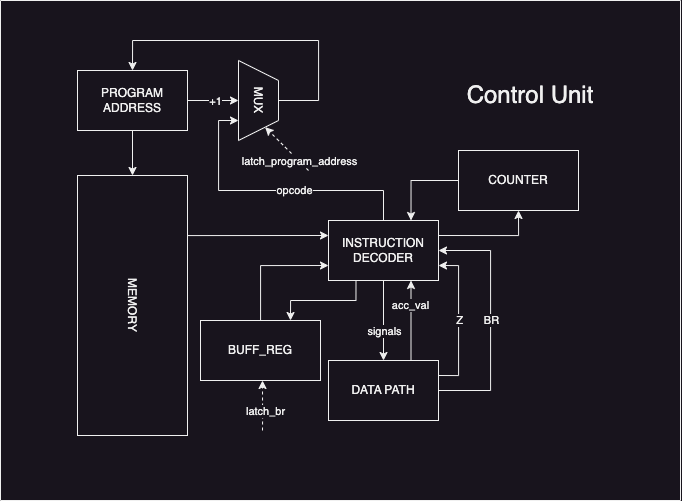
Above: report/ac_cu.png in dudosyka/supreme-waffle (draw.io), before the change. Source tidied: cells renumbered, new cells last; positions are measured from the earlier drawing's top-left corner, leaving out a move shared by most shapes.
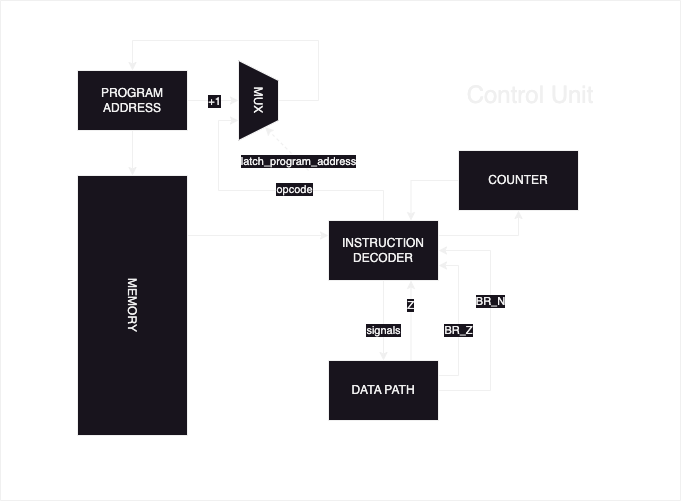
Above is the later version.

What changed in the source:
```diff
@@ -2,7 +2,7 @@
   <root>
     <mxCell id="0" />
     <mxCell id="1" parent="0" />
-    <mxCell id="2" style="edgeStyle=orthogonalEdgeStyle;rounded=0;jettySize=auto;html=1;exitX=0.25;exitY=0;exitDx=0;exitDy=0;entryX=0;entryY=0.25;entryDx=0;entryDy=0;" parent="1" edge="1" source="3" target="16">
+    <mxCell id="2" style="edgeStyle=orthogonalEdgeStyle;rounded=0;jettySize=auto;html=1;exitX=0.25;exitY=0;exitDx=0;exitDy=0;entryX=0;entryY=0.25;entryDx=0;entryDy=0;" parent="1" edge="1" source="3" target="15">
       <mxGeometry relative="1" as="geometry">
         <Array as="points">
           <mxPoint x="187" y="235" />
@@ -38,7 +38,7 @@
     <mxCell id="9" value="MUX" style="shape=trapezoid;perimeter=trapezoidPerimeter;whiteSpace=wrap;html=1;fixedSize=1;rotation=90;" parent="1" vertex="1">
       <mxGeometry x="218" y="80" width="80" height="40" as="geometry" />
     </mxCell>
-    <mxCell id="10" style="edgeStyle=orthogonalEdgeStyle;rounded=0;jettySize=auto;html=1;entryX=0.75;entryY=1;entryDx=0;entryDy=0;" parent="1" edge="1" source="16" target="9">
+    <mxCell id="10" style="edgeStyle=orthogonalEdgeStyle;rounded=0;jettySize=auto;html=1;entryX=0.75;entryY=1;entryDx=0;entryDy=0;" parent="1" edge="1" source="15" target="9">
       <mxGeometry relative="1" as="geometry">
         <Array as="points">
           <mxPoint x="383" y="190" />
@@ -50,7 +50,7 @@
     <mxCell id="11" value="opcode" style="edgeLabel;html=1;align=center;verticalAlign=middle;" parent="10" vertex="1">
       <mxGeometry x="-0.16" y="-1" relative="1" as="geometry" />
     </mxCell>
-    <mxCell id="12" style="edgeStyle=orthogonalEdgeStyle;rounded=0;jettySize=auto;html=1;entryX=0.5;entryY=0;entryDx=0;entryDy=0;" parent="1" edge="1" source="16" target="28">
+    <mxCell id="12" style="edgeStyle=orthogonalEdgeStyle;rounded=0;jettySize=auto;html=1;entryX=0.5;entryY=0;entryDx=0;entryDy=0;" parent="1" edge="1" source="15" target="24">
       <mxGeometry relative="1" as="geometry" />
     </mxCell>
     <mxCell id="13" value="signals" style="edgeLabel;html=1;align=center;verticalAlign=middle;" parent="12" vertex="1">
@@ -58,93 +58,65 @@
         <mxPoint x="-1" y="10" as="offset" />
       </mxGeometry>
     </mxCell>
-    <mxCell id="14" style="edgeStyle=orthogonalEdgeStyle;rounded=0;jettySize=auto;html=1;exitX=1;exitY=0.25;exitDx=0;exitDy=0;entryX=0.5;entryY=1;entryDx=0;entryDy=0;" parent="1" edge="1" source="16" target="22">
+    <mxCell id="14" style="edgeStyle=orthogonalEdgeStyle;rounded=0;jettySize=auto;html=1;exitX=1;exitY=0.25;exitDx=0;exitDy=0;entryX=0.5;entryY=1;entryDx=0;entryDy=0;" parent="1" edge="1" source="15" target="21">
       <mxGeometry relative="1" as="geometry" />
     </mxCell>
-    <mxCell id="15" style="edgeStyle=orthogonalEdgeStyle;rounded=0;jettySize=auto;html=1;exitX=0.25;exitY=1;exitDx=0;exitDy=0;entryX=0.75;entryY=0;entryDx=0;entryDy=0;" parent="1" edge="1" source="16" target="25">
-      <mxGeometry relative="1" as="geometry" />
+    <mxCell id="15" value="INSTRUCTION&lt;br&gt;DECODER" style="rounded=0;whiteSpace=wrap;html=1;" parent="1" vertex="1">
+      <mxGeometry x="328" y="220" width="110" height="60" as="geometry" />
     </mxCell>
-    <mxCell id="16" value="INSTRUCTION&lt;br&gt;DECODER" style="rounded=0;whiteSpace=wrap;html=1;" parent="1" vertex="1">
-      <mxGeometry x="328" y="220" width="110" height="60" as="geometry" />
+    <mxCell id="16" style="endArrow=classic;dashed=1;html=1;rounded=0;entryX=1;entryY=0.25;entryDx=0;entryDy=0;endFill=1;" parent="1" edge="1" target="9">
+      <mxGeometry relative="1" as="geometry">
+        <mxPoint x="308" y="170" as="sourcePoint" />
+      </mxGeometry>
     </mxCell>
-    <mxCell id="17" style="endArrow=classic;dashed=1;html=1;rounded=0;entryX=1;entryY=0.25;entryDx=0;entryDy=0;endFill=1;" parent="1" edge="1" target="9">
-      <mxGeometry relative="1" as="geometry">
-        <mxPoint x="308" y="170" as="sourcePoint" />
+    <mxCell id="17" value="latch_program_address" style="edgeLabel;html=1;align=center;verticalAlign=middle;" parent="16" vertex="1">
+      <mxGeometry x="-0.2" y="1" relative="1" as="geometry">
+        <mxPoint x="8" y="7" as="offset" />
       </mxGeometry>
     </mxCell>
-    <mxCell id="18" value="latch_program_address" style="edgeLabel;html=1;align=center;verticalAlign=middle;" parent="17" vertex="1">
-      <mxGeometry x="-0.2" y="1" relative="1" as="geometry">
-        <mxPoint x="8" y="7" as="offset" />
-      </mxGeometry>
+    <mxCell id="18" style="edgeStyle=orthogonalEdgeStyle;rounded=0;jettySize=auto;html=1;exitX=0.75;exitY=0;exitDx=0;exitDy=0;entryX=0.75;entryY=1;entryDx=0;entryDy=0;" parent="1" edge="1" source="24" target="15">
+      <mxGeometry relative="1" as="geometry" />
     </mxCell>
-    <mxCell id="19" style="edgeStyle=orthogonalEdgeStyle;rounded=0;jettySize=auto;html=1;exitX=0.75;exitY=0;exitDx=0;exitDy=0;entryX=0.75;entryY=1;entryDx=0;entryDy=0;" parent="1" edge="1" source="28" target="16">
-      <mxGeometry relative="1" as="geometry" />
+    <mxCell id="19" value="Z" style="edgeLabel;html=1;align=center;verticalAlign=middle;" parent="18" vertex="1">
+      <mxGeometry x="-0.2" y="1" relative="1" as="geometry">
+        <mxPoint y="-23" as="offset" />
+      </mxGeometry>
     </mxCell>
-    <mxCell id="20" value="acc_val" style="edgeLabel;html=1;align=center;verticalAlign=middle;" parent="19" vertex="1">
-      <mxGeometry x="-0.2" y="1" relative="1" as="geometry">
-        <mxPoint y="-23" as="offset" />
-      </mxGeometry>
+    <mxCell id="20" style="edgeStyle=orthogonalEdgeStyle;rounded=0;jettySize=auto;html=1;entryX=0.75;entryY=0;entryDx=0;entryDy=0;" parent="1" edge="1" source="21" target="15">
+      <mxGeometry relative="1" as="geometry" />
     </mxCell>
-    <mxCell id="21" style="edgeStyle=orthogonalEdgeStyle;rounded=0;jettySize=auto;html=1;entryX=0.75;entryY=0;entryDx=0;entryDy=0;" parent="1" edge="1" source="22" target="16">
-      <mxGeometry relative="1" as="geometry" />
+    <mxCell id="21" value="COUNTER" style="rounded=0;whiteSpace=wrap;html=1;" parent="1" vertex="1">
+      <mxGeometry x="458" y="150" width="120" height="60" as="geometry" />
     </mxCell>
-    <mxCell id="22" value="COUNTER" style="rounded=0;whiteSpace=wrap;html=1;" parent="1" vertex="1">
-      <mxGeometry x="458" y="150" width="120" height="60" as="geometry" />
+    <mxCell id="22" style="swimlane;startSize=0;" parent="1" vertex="1">
+      <mxGeometry width="680" height="500" as="geometry" />
     </mxCell>
-    <mxCell id="23" style="swimlane;startSize=0;" parent="1" vertex="1">
-      <mxGeometry width="680" height="500" as="geometry" />
+    <mxCell id="23" value="Control Unit" style="text;html=1;align=center;verticalAlign=middle;whiteSpace=wrap;rounded=0;strokeWidth=1;fontSize=24;" parent="22" vertex="1">
+      <mxGeometry x="455" y="80" width="150" height="30" as="geometry" />
     </mxCell>
-    <mxCell id="24" value="Control Unit" style="text;html=1;align=center;verticalAlign=middle;whiteSpace=wrap;rounded=0;strokeWidth=1;fontSize=24;" parent="23" vertex="1">
-      <mxGeometry x="455" y="80" width="150" height="30" as="geometry" />
+    <mxCell id="24" value="DATA PATH" style="rounded=0;whiteSpace=wrap;html=1;" parent="22" vertex="1">
+      <mxGeometry x="328" y="360" width="110" height="60" as="geometry" />
     </mxCell>
-    <mxCell id="25" value="BUFF_REG" style="rounded=0;whiteSpace=wrap;html=1;rotation=0;" parent="23" vertex="1">
-      <mxGeometry x="200" y="320" width="120" height="60" as="geometry" />
+    <mxCell id="25" style="edgeStyle=orthogonalEdgeStyle;rounded=0;jettySize=auto;html=1;entryX=1;entryY=0.5;entryDx=0;entryDy=0;" parent="1" edge="1" source="24" target="15">
+      <mxGeometry relative="1" as="geometry">
+        <Array as="points">
+          <mxPoint x="490" y="390" />
+          <mxPoint x="490" y="250" />
+        </Array>
+      </mxGeometry>
     </mxCell>
-    <mxCell id="26" style="edgeStyle=orthogonalEdgeStyle;rounded=0;orthogonalLoop=1;jettySize=auto;html=1;dashed=1;" parent="23" edge="1">
-      <mxGeometry relative="1" as="geometry">
-        <mxPoint x="262" y="430" as="sourcePoint" />
-        <mxPoint x="262" y="380" as="targetPoint" />
-        <Array as="points">
-          <mxPoint x="262" y="420" />
-          <mxPoint x="262" y="420" />
-        </Array>
+    <mxCell id="26" value="BR_N" style="edgeLabel;html=1;align=center;verticalAlign=middle;" parent="25" vertex="1">
+      <mxGeometry x="0.04" y="-1" relative="1" as="geometry">
+        <mxPoint x="-1" y="-14" as="offset" />
       </mxGeometry>
     </mxCell>
-    <mxCell id="27" value="latch_br" style="edgeLabel;html=1;align=center;verticalAlign=middle;" parent="26" vertex="1">
-      <mxGeometry x="-0.06" y="-3" relative="1" as="geometry">
-        <mxPoint x="-1" y="3" as="offset" />
-      </mxGeometry>
+    <mxCell id="27" style="edgeStyle=orthogonalEdgeStyle;rounded=0;jettySize=auto;html=1;exitX=1;exitY=0.25;exitDx=0;exitDy=0;entryX=1;entryY=0.75;entryDx=0;entryDy=0;" parent="1" edge="1" source="24" target="15">
+      <mxGeometry relative="1" as="geometry" />
     </mxCell>
-    <mxCell id="28" value="DATA PATH" style="rounded=0;whiteSpace=wrap;html=1;" parent="23" vertex="1">
-      <mxGeometry x="328" y="360" width="110" height="60" as="geometry" />
+    <mxCell id="28" value="BR_Z" style="edgeLabel;html=1;align=center;verticalAlign=middle;points=[];" parent="27" vertex="1">
+      <mxGeometry x="0.12" y="1" relative="1" as="geometry">
+        <mxPoint x="1" y="19" as="offset" />
+      </mxGeometry>
     </mxCell>
-    <mxCell id="29" style="edgeStyle=orthogonalEdgeStyle;rounded=0;jettySize=auto;html=1;entryX=0;entryY=0.75;entryDx=0;entryDy=0;" parent="1" edge="1" source="25" target="16">
-      <mxGeometry relative="1" as="geometry">
-        <Array as="points">
-          <mxPoint x="260" y="265" />
-        </Array>
-      </mxGeometry>
-    </mxCell>
-    <mxCell id="30" style="edgeStyle=orthogonalEdgeStyle;rounded=0;jettySize=auto;html=1;entryX=1;entryY=0.5;entryDx=0;entryDy=0;" parent="1" edge="1" source="28" target="16">
-      <mxGeometry relative="1" as="geometry">
-        <Array as="points">
-          <mxPoint x="490" y="390" />
-          <mxPoint x="490" y="250" />
-        </Array>
-      </mxGeometry>
-    </mxCell>
-    <mxCell id="31" value="BR" style="edgeLabel;html=1;align=center;verticalAlign=middle;" parent="30" vertex="1">
-      <mxGeometry x="0.04" y="-1" relative="1" as="geometry">
-        <mxPoint x="-1" y="5" as="offset" />
-      </mxGeometry>
-    </mxCell>
-    <mxCell id="32" style="edgeStyle=orthogonalEdgeStyle;rounded=0;jettySize=auto;html=1;exitX=1;exitY=0.25;exitDx=0;exitDy=0;entryX=1;entryY=0.75;entryDx=0;entryDy=0;" parent="1" edge="1" source="28" target="16">
-      <mxGeometry relative="1" as="geometry" />
-    </mxCell>
-    <mxCell id="33" value="Z" style="edgeLabel;html=1;align=center;verticalAlign=middle;" parent="32" vertex="1">
-      <mxGeometry x="0.12" y="1" relative="1" as="geometry">
-        <mxPoint x="1" y="9" as="offset" />
-      </mxGeometry>
-    </mxCell>
   </root>
 </mxGraphModel>
```
